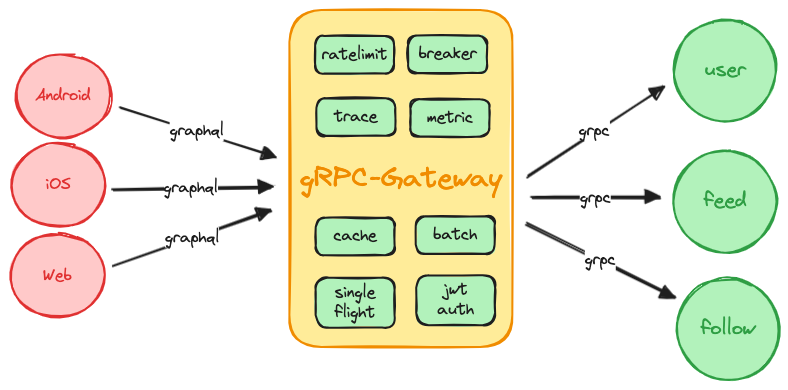
Above: assets/arch.excalidraw.png in sysulq/graphql-grpc-gateway (Excalidraw), before the change. Source tidied: one line per element, renumbered; positions are measured from the earlier drawing's top-left corner, leaving out a move shared by most shapes.
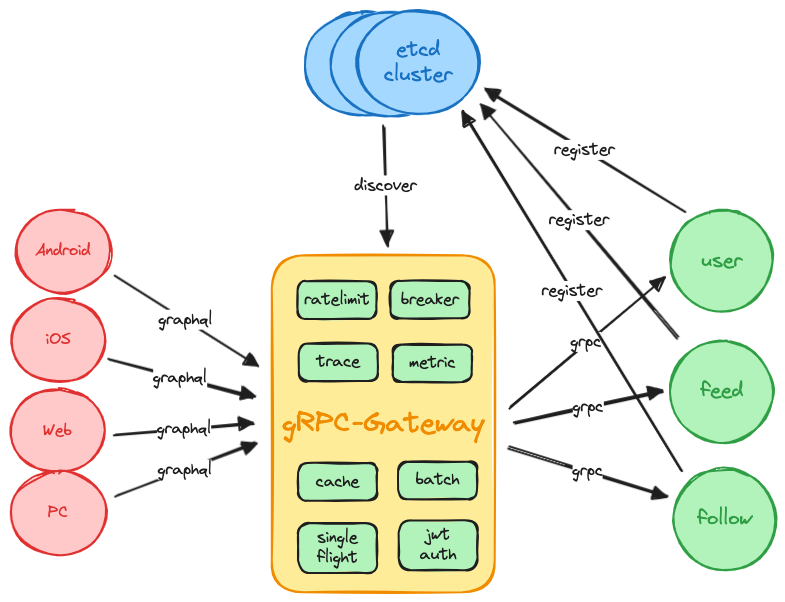
The same file after the commit.

Commit message:
improve arch

Change to the diagram source:
```diff
@@ -1,42 +1,58 @@
-{"id": 0, "type": "rectangle", "strokeColor": "#f08c00", "backgroundColor": "#ffec99", "fillStyle": "solid", "strokeWidth": 2, "roughness": 1, "round": true, "x": 279, "y": 0, "width": 223, "height": 337}
+{"id": 0, "type": "rectangle", "strokeColor": "#f08c00", "backgroundColor": "#ffec99", "fillStyle": "solid", "strokeWidth": 2, "roughness": 1, "round": true, "x": 265, "y": 55, "width": 223, "height": 337}
-{"id": 1, "type": "text", "text": "gRPC-Gateway", "strokeColor": "#f08c00", "strokeWidth": 2, "roughness": 1, "fontSize": 28, "fontFamily": 1, "textAlign": "center", "verticalAlign": "middle", "inside": 0, "x": 290, "y": 151, "width": 202, "height": 35}
+{"id": 1, "type": "text", "text": "gRPC-Gateway", "strokeColor": "#f08c00", "strokeWidth": 2, "roughness": 1, "fontSize": 28, "fontFamily": 1, "textAlign": "center", "verticalAlign": "middle", "inside": 0, "x": 276, "y": 206, "width": 202, "height": 35}
 {"id": 2, "type": "ellipse", "strokeColor": "#2f9e44", "backgroundColor": "#b2f2bb", "fillStyle": "solid", "strokeWidth": 2, "roughness": 1, "round": true, "x": 664, "y": 10, "width": 102, "height": 102}
 {"id": 3, "type": "text", "text": "user", "strokeColor": "#2f9e44", "strokeWidth": 2, "roughness": 1, "fontSize": 19.78, "fontFamily": 1, "textAlign": "center", "verticalAlign": "middle", "inside": 2, "x": 694, "y": 48, "width": 41, "height": 25}
 {"id": 4, "type": "ellipse", "strokeColor": "#2f9e44", "backgroundColor": "#b2f2bb", "fillStyle": "solid", "strokeWidth": 2, "roughness": 1, "round": true, "x": 664, "y": 140, "width": 102, "height": 102}
 {"id": 5, "type": "text", "text": "feed", "strokeColor": "#2f9e44", "strokeWidth": 2, "roughness": 1, "fontSize": 19.78, "fontFamily": 1, "textAlign": "center", "verticalAlign": "middle", "inside": 4, "x": 694, "y": 179, "width": 42, "height": 25}
 {"id": 6, "type": "ellipse", "strokeColor": "#2f9e44", "backgroundColor": "#b2f2bb", "fillStyle": "solid", "strokeWidth": 2, "roughness": 1, "round": true, "x": 667, "y": 268, "width": 102, "height": 102}
 {"id": 7, "type": "text", "text": "follow", "strokeColor": "#2f9e44", "strokeWidth": 2, "roughness": 1, "fontSize": 19.78, "fontFamily": 1, "textAlign": "center", "verticalAlign": "middle", "inside": 6, "x": 691, "y": 307, "width": 54, "height": 25}
-{"id": 8, "type": "arrow", "strokeColor": "#1e1e1e", "strokeWidth": 2, "roughness": 1, "endArrowhead": "triangle", "round": true, "from": 0, "to": 2, "x": 516, "y": 165, "width": 135, "height": 88, "points": [[0, 0], [135, -88]]}
+{"id": 8, "type": "arrow", "strokeColor": "#1e1e1e", "strokeWidth": 2, "roughness": 1, "endArrowhead": "triangle", "round": true, "from": 0, "to": 2, "x": 502, "y": 205, "width": 154, "height": 128, "points": [[0, 0], [154, -128]]}
 {"id": 9, "type": "text", "text": "grpc", "strokeColor": "#1e1e1e", "strokeWidth": 2, "roughness": 1, "fontSize": 16, "fontFamily": 1, "textAlign": "center", "verticalAlign": "middle", "inside": 8, "x": 568, "y": 107, "width": 31, "height": 20}
-{"id": 10, "type": "arrow", "strokeColor": "#1e1e1e", "strokeWidth": 2, "roughness": 1, "endArrowhead": "triangle", "round": true, "from": 0, "to": 4, "x": 522, "y": 188, "width": 127, "height": 1, "points": [[0, 0], [127, -1]]}
+{"id": 10, "type": "arrow", "strokeColor": "#1e1e1e", "strokeWidth": 2, "roughness": 1, "endArrowhead": "triangle", "round": true, "from": 0, "to": 4, "x": 508, "y": 224, "width": 147, "height": 33, "points": [[0, 0], [147, -33]]}
 {"id": 11, "type": "text", "text": "grpc", "strokeColor": "#1e1e1e", "strokeWidth": 2, "roughness": 1, "fontSize": 16, "fontFamily": 1, "textAlign": "center", "verticalAlign": "middle", "inside": 10, "x": 569, "y": 180, "width": 31, "height": 20}
-{"id": 12, "type": "arrow", "strokeColor": "#1e1e1e", "strokeWidth": 2, "roughness": 1, "endArrowhead": "triangle", "round": true, "from": 0, "to": 6, "x": 516, "y": 213, "width": 149, "height": 74, "points": [[0, 0], [149, 74]]}
+{"id": 12, "type": "arrow", "strokeColor": "#1e1e1e", "strokeWidth": 2, "roughness": 1, "endArrowhead": "triangle", "round": true, "from": 0, "to": 6, "x": 502, "y": 247, "width": 158, "height": 49, "points": [[0, 0], [158, 49]]}
 {"id": 13, "type": "text", "text": "grpc", "strokeColor": "#1e1e1e", "strokeWidth": 2, "roughness": 1, "fontSize": 16, "fontFamily": 1, "textAlign": "center", "verticalAlign": "middle", "inside": 12, "x": 573, "y": 249, "width": 31, "height": 20}
-{"id": 14, "type": "arrow", "strokeColor": "#1e1e1e", "strokeWidth": 2, "roughness": 1, "endArrowhead": "triangle", "round": true, "from": 16, "to": 0, "x": 102, "y": 180, "width": 157, "height": 3, "points": [[0, 0], [157, -3]]}
+{"id": 14, "type": "arrow", "strokeColor": "#1e1e1e", "strokeWidth": 2, "roughness": 1, "endArrowhead": "triangle", "round": true, "from": 16, "to": 0, "x": 101, "y": 159, "width": 144, "height": 38, "points": [[0, 0], [144, 38]]}
 {"id": 15, "type": "text", "text": "graphql", "strokeColor": "#1e1e1e", "backgroundColor": "#b2f2bb", "fillStyle": "solid", "strokeWidth": 2, "roughness": 1, "fontSize": 16, "fontFamily": 1, "textAlign": "center", "verticalAlign": "middle", "inside": 14, "x": 153, "y": 175, "width": 54, "height": 20}
-{"id": 16, "type": "ellipse", "strokeColor": "#e03131", "backgroundColor": "#ffc9c9", "fillStyle": "solid", "strokeWidth": 2, "roughness": 1, "round": true, "x": 1, "y": 133, "width": 95, "height": 83}
+{"id": 16, "type": "ellipse", "strokeColor": "#e03131", "backgroundColor": "#ffc9c9", "fillStyle": "solid", "strokeWidth": 2, "roughness": 1, "round": true, "x": 4, "y": 98, "width": 95, "height": 83}
-{"id": 17, "type": "text", "text": "iOS", "strokeColor": "#e03131", "strokeWidth": 2, "roughness": 1, "fontSize": 16, "fontFamily": 1, "textAlign": "center", "verticalAlign": "middle", "inside": 16, "x": 36, "y": 165, "width": 25, "height": 20}
+{"id": 17, "type": "text", "text": "iOS", "strokeColor": "#e03131", "strokeWidth": 2, "roughness": 1, "fontSize": 16, "fontFamily": 1, "textAlign": "center", "verticalAlign": "middle", "inside": 16, "x": 39, "y": 130, "width": 25, "height": 20}
-{"id": 18, "type": "ellipse", "strokeColor": "#e03131", "backgroundColor": "#ffc9c9", "fillStyle": "solid", "strokeWidth": 2, "roughness": 1, "round": true, "x": 6, "y": 44, "width": 95, "height": 83}
+{"id": 18, "type": "ellipse", "strokeColor": "#e03131", "backgroundColor": "#ffc9c9", "fillStyle": "solid", "strokeWidth": 2, "roughness": 1, "round": true, "x": 9, "y": 9, "width": 95, "height": 83}
-{"id": 19, "type": "text", "text": "Android", "strokeColor": "#e03131", "strokeWidth": 2, "roughness": 1, "fontSize": 16, "fontFamily": 1, "textAlign": "center", "verticalAlign": "middle", "inside": 18, "x": 25, "y": 76, "width": 55, "height": 20}
+{"id": 19, "type": "text", "text": "Android", "strokeColor": "#e03131", "strokeWidth": 2, "roughness": 1, "fontSize": 16, "fontFamily": 1, "textAlign": "center", "verticalAlign": "middle", "inside": 18, "x": 29, "y": 41, "width": 55, "height": 20}
-{"id": 20, "type": "ellipse", "strokeColor": "#e03131", "backgroundColor": "#ffc9c9", "fillStyle": "solid", "strokeWidth": 2, "roughness": 1, "round": true, "x": 0, "y": 224, "width": 95, "height": 83}
+{"id": 20, "type": "ellipse", "strokeColor": "#e03131", "backgroundColor": "#ffc9c9", "fillStyle": "solid", "strokeWidth": 2, "roughness": 1, "round": true, "x": 3, "y": 189, "width": 95, "height": 83}
-{"id": 21, "type": "text", "text": "Web", "strokeColor": "#e03131", "strokeWidth": 2, "roughness": 1, "fontSize": 16, "fontFamily": 1, "textAlign": "center", "verticalAlign": "middle", "inside": 20, "x": 33, "y": 256, "width": 29, "height": 20}
+{"id": 21, "type": "text", "text": "Web", "strokeColor": "#e03131", "strokeWidth": 2, "roughness": 1, "fontSize": 16, "fontFamily": 1, "textAlign": "center", "verticalAlign": "middle", "inside": 20, "x": 36, "y": 221, "width": 29, "height": 20}
-{"id": 22, "type": "arrow", "strokeColor": "#1e1e1e", "strokeWidth": 2, "roughness": 1, "endArrowhead": "triangle", "round": true, "from": 18, "to": 0, "x": 110, "y": 97, "width": 154, "height": 49, "points": [[0, 0], [154, 49]]}
+{"id": 22, "type": "arrow", "strokeColor": "#1e1e1e", "strokeWidth": 2, "roughness": 1, "endArrowhead": "triangle", "round": true, "from": 18, "to": 0, "x": 108, "y": 75, "width": 142, "height": 89, "points": [[0, 0], [142, 89]]}
 {"id": 23, "type": "text", "text": "graphql", "strokeColor": "#1e1e1e", "backgroundColor": "#b2f2bb", "fillStyle": "solid", "strokeWidth": 2, "roughness": 1, "fontSize": 16, "fontFamily": 1, "textAlign": "center", "verticalAlign": "middle", "inside": 22, "x": 159, "y": 120, "width": 54, "height": 20}
-{"id": 24, "type": "arrow", "strokeColor": "#1e1e1e", "strokeWidth": 2, "roughness": 1, "endArrowhead": "triangle", "round": true, "from": 20, "to": 0, "x": 103, "y": 255, "width": 158, "height": 55, "points": [[0, 0], [158, -55]]}
+{"id": 24, "type": "arrow", "strokeColor": "#1e1e1e", "strokeWidth": 2, "roughness": 1, "endArrowhead": "triangle", "round": true, "from": 20, "to": 0, "x": 108, "y": 234, "width": 140, "height": 12, "points": [[0, 0], [140, -12]]}
 {"id": 25, "type": "text", "text": "graphql", "strokeColor": "#1e1e1e", "backgroundColor": "#b2f2bb", "fillStyle": "solid", "strokeWidth": 2, "roughness": 1, "fontSize": 16, "fontFamily": 1, "textAlign": "center", "verticalAlign": "middle", "inside": 24, "x": 156, "y": 221, "width": 54, "height": 20}
-{"id": 26, "type": "rectangle", "strokeColor": "#1e1e1e", "backgroundColor": "#b2f2bb", "fillStyle": "solid", "strokeWidth": 2, "roughness": 1, "round": true, "x": 305, "y": 26, "width": 79, "height": 37}
+{"id": 26, "type": "rectangle", "strokeColor": "#1e1e1e", "backgroundColor": "#b2f2bb", "fillStyle": "solid", "strokeWidth": 2, "roughness": 1, "round": true, "x": 291, "y": 81, "width": 79, "height": 37}
-{"id": 27, "type": "text", "text": "ratelimit", "strokeColor": "#1e1e1e", "backgroundColor": "#b2f2bb", "fillStyle": "solid", "strokeWidth": 2, "roughness": 1, "fontSize": 16, "fontFamily": 1, "textAlign": "center", "verticalAlign": "middle", "inside": 26, "x": 312, "y": 35, "width": 66, "height": 20}
+{"id": 27, "type": "text", "text": "ratelimit", "strokeColor": "#1e1e1e", "backgroundColor": "#b2f2bb", "fillStyle": "solid", "strokeWidth": 2, "roughness": 1, "fontSize": 16, "fontFamily": 1, "textAlign": "center", "verticalAlign": "middle", "inside": 26, "x": 298, "y": 90, "width": 66, "height": 20}
-{"id": 28, "type": "rectangle", "strokeColor": "#1e1e1e", "backgroundColor": "#b2f2bb", "fillStyle": "solid", "strokeWidth": 2, "roughness": 1, "round": true, "x": 398, "y": 26, "width": 79, "height": 37}
+{"id": 28, "type": "rectangle", "strokeColor": "#1e1e1e", "backgroundColor": "#b2f2bb", "fillStyle": "solid", "strokeWidth": 2, "roughness": 1, "round": true, "x": 384, "y": 81, "width": 79, "height": 37}
-{"id": 29, "type": "text", "text": "breaker", "strokeColor": "#1e1e1e", "backgroundColor": "#b2f2bb", "fillStyle": "solid", "strokeWidth": 2, "roughness": 1, "fontSize": 16, "fontFamily": 1, "textAlign": "center", "verticalAlign": "middle", "inside": 28, "x": 409, "y": 34, "width": 58, "height": 20}
+{"id": 29, "type": "text", "text": "breaker", "strokeColor": "#1e1e1e", "backgroundColor": "#b2f2bb", "fillStyle": "solid", "strokeWidth": 2, "roughness": 1, "fontSize": 16, "fontFamily": 1, "textAlign": "center", "verticalAlign": "middle", "inside": 28, "x": 394, "y": 89, "width": 58, "height": 20}
-{"id": 30, "type": "rectangle", "strokeColor": "#1e1e1e", "backgroundColor": "#b2f2bb", "fillStyle": "solid", "strokeWidth": 2, "roughness": 1, "round": true, "x": 306, "y": 88, "width": 79, "height": 37}
+{"id": 30, "type": "rectangle", "strokeColor": "#1e1e1e", "backgroundColor": "#b2f2bb", "fillStyle": "solid", "strokeWidth": 2, "roughness": 1, "round": true, "x": 292, "y": 143, "width": 79, "height": 37}
-{"id": 31, "type": "text", "text": "trace", "strokeColor": "#1e1e1e", "backgroundColor": "#b2f2bb", "fillStyle": "solid", "strokeWidth": 2, "roughness": 1, "fontSize": 16, "fontFamily": 1, "textAlign": "center", "verticalAlign": "middle", "inside": 30, "x": 324, "y": 97, "width": 43, "height": 20}
+{"id": 31, "type": "text", "text": "trace", "strokeColor": "#1e1e1e", "backgroundColor": "#b2f2bb", "fillStyle": "solid", "strokeWidth": 2, "roughness": 1, "fontSize": 16, "fontFamily": 1, "textAlign": "center", "verticalAlign": "middle", "inside": 30, "x": 310, "y": 152, "width": 43, "height": 20}
-{"id": 32, "type": "rectangle", "strokeColor": "#1e1e1e", "backgroundColor": "#b2f2bb", "fillStyle": "solid", "strokeWidth": 2, "roughness": 1, "round": true, "x": 400, "y": 89, "width": 79, "height": 37}
+{"id": 32, "type": "rectangle", "strokeColor": "#1e1e1e", "backgroundColor": "#b2f2bb", "fillStyle": "solid", "strokeWidth": 2, "roughness": 1, "round": true, "x": 386, "y": 144, "width": 79, "height": 37}
-{"id": 33, "type": "text", "text": "metric", "strokeColor": "#1e1e1e", "backgroundColor": "#b2f2bb", "fillStyle": "solid", "strokeWidth": 2, "roughness": 1, "fontSize": 16, "fontFamily": 1, "textAlign": "center", "verticalAlign": "middle", "inside": 32, "x": 417, "y": 98, "width": 46, "height": 20}
+{"id": 33, "type": "text", "text": "metric", "strokeColor": "#1e1e1e", "backgroundColor": "#b2f2bb", "fillStyle": "solid", "strokeWidth": 2, "roughness": 1, "fontSize": 16, "fontFamily": 1, "textAlign": "center", "verticalAlign": "middle", "inside": 32, "x": 402, "y": 153, "width": 46, "height": 20}
-{"id": 34, "type": "rectangle", "strokeColor": "#1e1e1e", "backgroundColor": "#b2f2bb", "fillStyle": "solid", "strokeWidth": 2, "roughness": 1, "round": true, "x": 306, "y": 208, "width": 79, "height": 37}
+{"id": 34, "type": "rectangle", "strokeColor": "#1e1e1e", "backgroundColor": "#b2f2bb", "fillStyle": "solid", "strokeWidth": 2, "roughness": 1, "round": true, "x": 291, "y": 263, "width": 79, "height": 37}
-{"id": 35, "type": "text", "text": "cache", "strokeColor": "#1e1e1e", "backgroundColor": "#b2f2bb", "fillStyle": "solid", "strokeWidth": 2, "roughness": 1, "fontSize": 16, "fontFamily": 1, "textAlign": "center", "verticalAlign": "middle", "inside": 34, "x": 323, "y": 216, "width": 43, "height": 20}
+{"id": 35, "type": "text", "text": "cache", "strokeColor": "#1e1e1e", "backgroundColor": "#b2f2bb", "fillStyle": "solid", "strokeWidth": 2, "roughness": 1, "fontSize": 16, "fontFamily": 1, "textAlign": "center", "verticalAlign": "middle", "inside": 34, "x": 309, "y": 272, "width": 43, "height": 20}
-{"id": 36, "type": "rectangle", "strokeColor": "#1e1e1e", "backgroundColor": "#b2f2bb", "fillStyle": "solid", "strokeWidth": 2, "roughness": 1, "round": true, "x": 406, "y": 206, "width": 79, "height": 37}
+{"id": 36, "type": "rectangle", "strokeColor": "#1e1e1e", "backgroundColor": "#b2f2bb", "fillStyle": "solid", "strokeWidth": 2, "roughness": 1, "round": true, "x": 391, "y": 261, "width": 79, "height": 37}
-{"id": 37, "type": "text", "text": "batch", "strokeColor": "#1e1e1e", "backgroundColor": "#b2f2bb", "fillStyle": "solid", "strokeWidth": 2, "roughness": 1, "fontSize": 16, "fontFamily": 1, "textAlign": "center", "verticalAlign": "middle", "inside": 36, "x": 423, "y": 215, "width": 44, "height": 20}
+{"id": 37, "type": "text", "text": "batch", "strokeColor": "#1e1e1e", "backgroundColor": "#b2f2bb", "fillStyle": "solid", "strokeWidth": 2, "roughness": 1, "fontSize": 16, "fontFamily": 1, "textAlign": "center", "verticalAlign": "middle", "inside": 36, "x": 409, "y": 270, "width": 44, "height": 20}
-{"id": 38, "type": "rectangle", "strokeColor": "#1e1e1e", "backgroundColor": "#b2f2bb", "fillStyle": "solid", "strokeWidth": 2, "roughness": 1, "round": true, "x": 306, "y": 268, "width": 79, "height": 50}
+{"id": 38, "type": "rectangle", "strokeColor": "#1e1e1e", "backgroundColor": "#b2f2bb", "fillStyle": "solid", "strokeWidth": 2, "roughness": 1, "round": true, "x": 291, "y": 323, "width": 79, "height": 50}
-{"id": 39, "type": "text", "text": "single\nflight", "strokeColor": "#1e1e1e", "backgroundColor": "#b2f2bb", "fillStyle": "solid", "strokeWidth": 2, "roughness": 1, "fontSize": 16, "fontFamily": 1, "textAlign": "center", "verticalAlign": "middle", "inside": 38, "x": 325, "y": 273, "width": 41, "height": 40}
+{"id": 39, "type": "text", "text": "single\nflight", "strokeColor": "#1e1e1e", "backgroundColor": "#b2f2bb", "fillStyle": "solid", "strokeWidth": 2, "roughness": 1, "fontSize": 16, "fontFamily": 1, "textAlign": "center", "verticalAlign": "middle", "inside": 38, "x": 311, "y": 328, "width": 41, "height": 40}
+{"id": 42, "type": "ellipse", "strokeColor": "#1971c2", "backgroundColor": "#a5d8ff", "fillStyle": "solid", "strokeWidth": 2, "roughness": 1, "round": true, "x": 298, "y": -189, "width": 121, "height": 105}
+{"id": 43, "type": "ellipse", "strokeColor": "#1971c2", "backgroundColor": "#a5d8ff", "fillStyle": "solid", "strokeWidth": 2, "roughness": 1, "round": true, "x": 324, "y": -189, "width": 121, "height": 105}
+{"id": 44, "type": "ellipse", "strokeColor": "#1971c2", "backgroundColor": "#a5d8ff", "fillStyle": "solid", "strokeWidth": 2, "roughness": 1, "round": true, "x": 351, "y": -190, "width": 121, "height": 105}
+{"id": 45, "type": "text", "text": "etcd\ncluster", "strokeColor": "#1971c2", "backgroundColor": "#a5d8ff", "fillStyle": "solid", "strokeWidth": 2, "roughness": 1, "fontSize": 20, "fontFamily": 1, "textAlign": "center", "verticalAlign": "middle", "inside": 44, "x": 377, "y": -163, "width": 68, "height": 50}
-{"id": 40, "type": "rectangle", "strokeColor": "#1e1e1e", "backgroundColor": "#b2f2bb", "fillStyle": "solid", "strokeWidth": 2, "roughness": 1, "round": true, "x": 406, "y": 265, "width": 79, "height": 50}
+{"id": 40, "type": "rectangle", "strokeColor": "#1e1e1e", "backgroundColor": "#b2f2bb", "fillStyle": "solid", "strokeWidth": 2, "roughness": 1, "round": true, "x": 392, "y": 320, "width": 79, "height": 50}
-{"id": 41, "type": "text", "text": "jwt\nauth", "strokeColor": "#1e1e1e", "backgroundColor": "#b2f2bb", "fillStyle": "solid", "strokeWidth": 2, "roughness": 1, "fontSize": 16, "fontFamily": 1, "textAlign": "center", "verticalAlign": "middle", "inside": 40, "x": 427, "y": 270, "width": 37, "height": 40}
+{"id": 41, "type": "text", "text": "jwt\nauth", "strokeColor": "#1e1e1e", "backgroundColor": "#b2f2bb", "fillStyle": "solid", "strokeWidth": 2, "roughness": 1, "fontSize": 16, "fontFamily": 1, "textAlign": "center", "verticalAlign": "middle", "inside": 40, "x": 413, "y": 325, "width": 37, "height": 40}
+{"id": 46, "type": "arrow", "strokeColor": "#1e1e1e", "backgroundColor": "#a5d8ff", "fillStyle": "solid", "strokeWidth": 2, "roughness": 1, "endArrowhead": "triangle", "round": true, "from": 44, "to": 0, "x": 377, "y": -74, "width": 4, "height": 120, "points": [[0, 0], [4, 120]]}
+{"id": 47, "type": "text", "text": "discover", "strokeColor": "#1e1e1e", "backgroundColor": "#a5d8ff", "fillStyle": "solid", "strokeWidth": 2, "roughness": 1, "fontSize": 16, "fontFamily": 1, "textAlign": "center", "verticalAlign": "middle", "inside": 46, "x": 348, "y": -25, "width": 62, "height": 20}
+{"id": 48, "type": "arrow", "strokeColor": "#1e1e1e", "backgroundColor": "#a5d8ff", "fillStyle": "solid", "strokeWidth": 2, "roughness": 1, "endArrowhead": "triangle", "round": true, "from": 2, "to": 44, "x": 677, "y": 10, "width": 199, "height": 121, "points": [[0, 0], [-199, -121]]}
+{"id": 49, "type": "text", "text": "register", "strokeColor": "#1e1e1e", "backgroundColor": "#a5d8ff", "fillStyle": "solid", "strokeWidth": 2, "roughness": 1, "fontSize": 16, "fontFamily": 1, "textAlign": "center", "verticalAlign": "middle", "inside": 48, "x": 547, "y": -60, "width": 61, "height": 20}
+{"id": 50, "type": "arrow", "strokeColor": "#1e1e1e", "backgroundColor": "#a5d8ff", "fillStyle": "solid", "strokeWidth": 2, "roughness": 1, "endArrowhead": "triangle", "round": true, "from": 4, "to": 44, "x": 670, "y": 136, "width": 195, "height": 231, "points": [[0, 0], [-195, -231]]}
+{"id": 51, "type": "text", "text": "register", "strokeColor": "#1e1e1e", "backgroundColor": "#a5d8ff", "fillStyle": "solid", "strokeWidth": 2, "roughness": 1, "fontSize": 16, "fontFamily": 1, "textAlign": "center", "verticalAlign": "middle", "inside": 50, "x": 542, "y": 10, "width": 61, "height": 20}
+{"id": 52, "type": "arrow", "strokeColor": "#1e1e1e", "backgroundColor": "#a5d8ff", "fillStyle": "solid", "strokeWidth": 2, "roughness": 1, "endArrowhead": "triangle", "round": true, "from": 6, "to": 44, "x": 675, "y": 271, "width": 219, "height": 361, "points": [[0, 0], [-219, -361]]}
+{"id": 53, "type": "text", "text": "register", "strokeColor": "#1e1e1e", "backgroundColor": "#a5d8ff", "fillStyle": "solid", "strokeWidth": 2, "roughness": 1, "fontSize": 16, "fontFamily": 1, "textAlign": "center", "verticalAlign": "middle", "inside": 52, "x": 535, "y": 81, "width": 61, "height": 20}
+{"id": 54, "type": "ellipse", "strokeColor": "#e03131", "backgroundColor": "#ffc9c9", "fillStyle": "solid", "strokeWidth": 2, "roughness": 1, "round": true, "x": 4, "y": 271, "width": 95, "height": 83}
+{"id": 55, "type": "text", "text": "PC", "strokeColor": "#e03131", "strokeWidth": 2, "roughness": 1, "fontSize": 16, "fontFamily": 1, "textAlign": "center", "verticalAlign": "middle", "inside": 54, "x": 41, "y": 303, "width": 21, "height": 20}
+{"id": 56, "type": "arrow", "strokeColor": "#1e1e1e", "backgroundColor": "#a5d8ff", "fillStyle": "solid", "strokeWidth": 2, "roughness": 1, "endArrowhead": "triangle", "round": true, "from": 54, "to": 0, "x": 108, "y": 296, "width": 140, "height": 54, "points": [[0, 0], [140, -54]]}
+{"id": 57, "type": "text", "text": "graphql", "strokeColor": "#1e1e1e", "backgroundColor": "#a5d8ff", "fillStyle": "solid", "strokeWidth": 2, "roughness": 1, "fontSize": 16, "fontFamily": 1, "textAlign": "center", "verticalAlign": "middle", "inside": 56, "x": 148, "y": 281, "width": 54, "height": 20}
```
